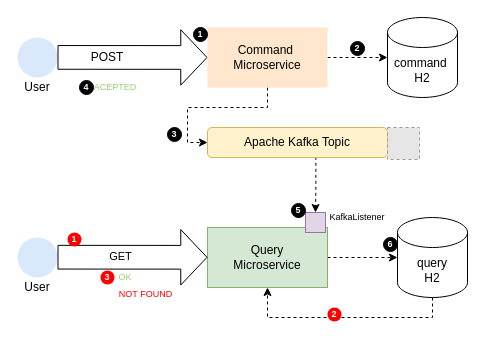
This is page "Page-1" (1 of 2) of resources/cqrs.drawio from drubioa/demo-cqrs-kafka, a draw.io file, before an edit. Source tidied: cells renumbered, new cells numbered last; positions are measured from the earlier drawing's top-left corner, leaving out a move shared by most shapes. Both pictures are drawn from the tidied source at 100%, with x=0, y=0 at pixel (17, 17). Pictures stored in the file or linked from it are replaced by grey dashed boxes.
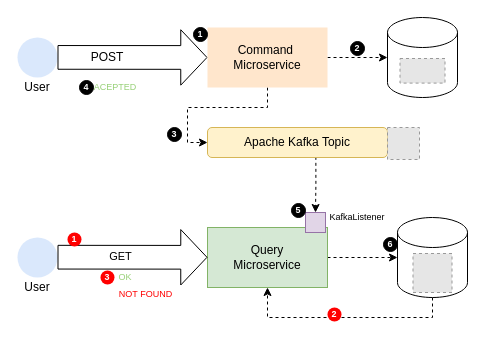
After the change.

What changed in the source:
```diff
@@
-    <mxCell id="9" value="command&amp;nbsp;&lt;br&gt;H2" style="shape=cylinder3;whiteSpace=wrap;html=1;boundedLbl=1;backgroundOutline=1;size=15;" parent="1" vertex="1">
+    <mxCell id="9" style="shape=cylinder3;whiteSpace=wrap;html=1;boundedLbl=1;backgroundOutline=1;size=15;" parent="1" vertex="1">
       <mxGeometry x="370" width="70" height="80" as="geometry" />
     </mxCell>
@@
-    <mxCell id="18" value="query&lt;br&gt;H2" style="shape=cylinder3;whiteSpace=wrap;html=1;boundedLbl=1;backgroundOutline=1;size=15;" parent="1" vertex="1">
+    <mxCell id="18" value="&lt;br&gt;" style="shape=cylinder3;whiteSpace=wrap;html=1;boundedLbl=1;backgroundOutline=1;size=15;" parent="1" vertex="1">
       <mxGeometry x="380" y="200" width="70" height="80" as="geometry" />
     </mxCell>
@@
+    <mxCell id="35" style="fillColor=#E6E6E6;strokeColor=#999999;dashed=1;verticalLabelPosition=bottom;labelBackgroundColor=#ffffff;verticalAlign=top;" parent="1" vertex="1">
+      <mxGeometry x="382.5" y="41" width="45" height="24.6" as="geometry" />
+    </mxCell>
+    <mxCell id="36" style="fillColor=#E6E6E6;strokeColor=#999999;dashed=1;verticalLabelPosition=bottom;labelBackgroundColor=#ffffff;verticalAlign=top;" parent="1" vertex="1">
+      <mxGeometry x="395.5" y="236" width="39" height="39" as="geometry" />
+    </mxCell>
```
